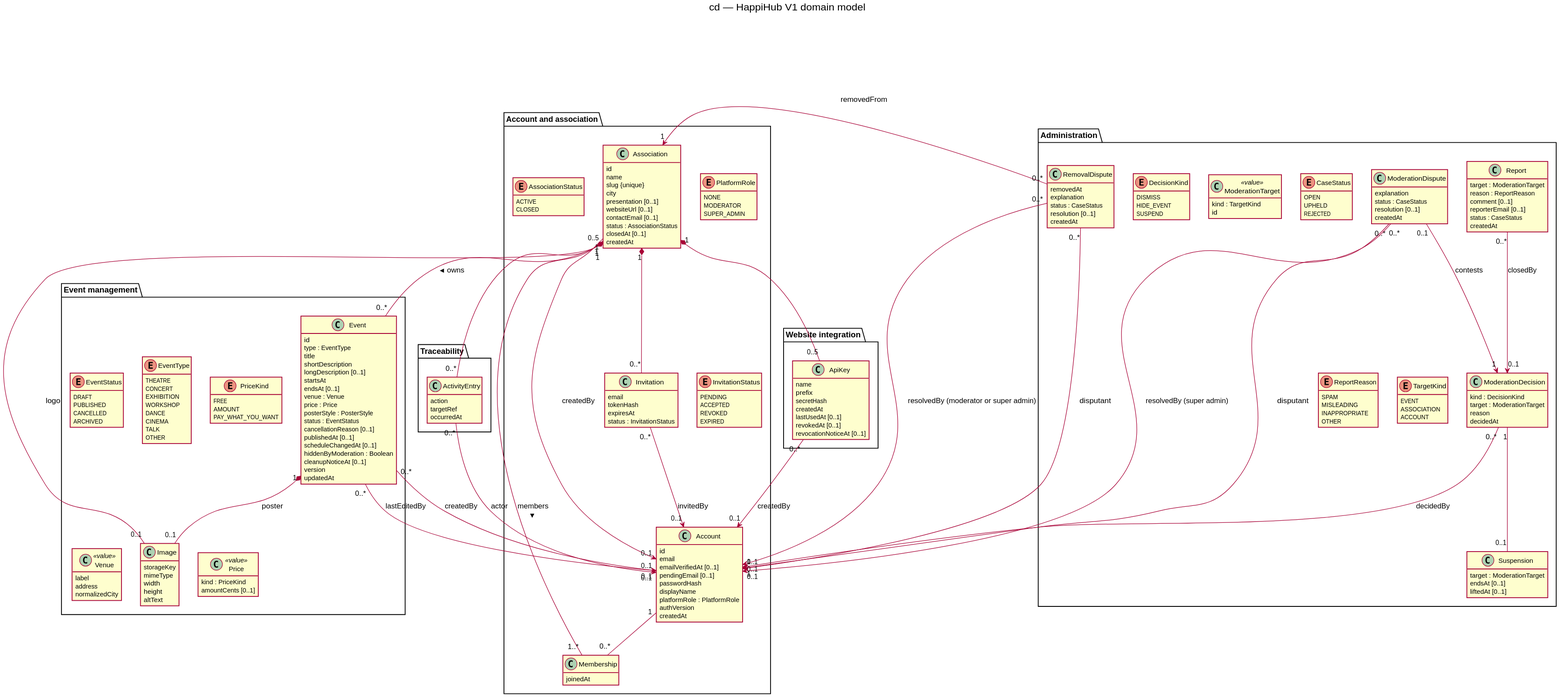
This is docs/architecture/diagrams/v1-events/04-class.svg from benoit-bremaud/HappiHub, a PlantUML export, as it was before one commit.
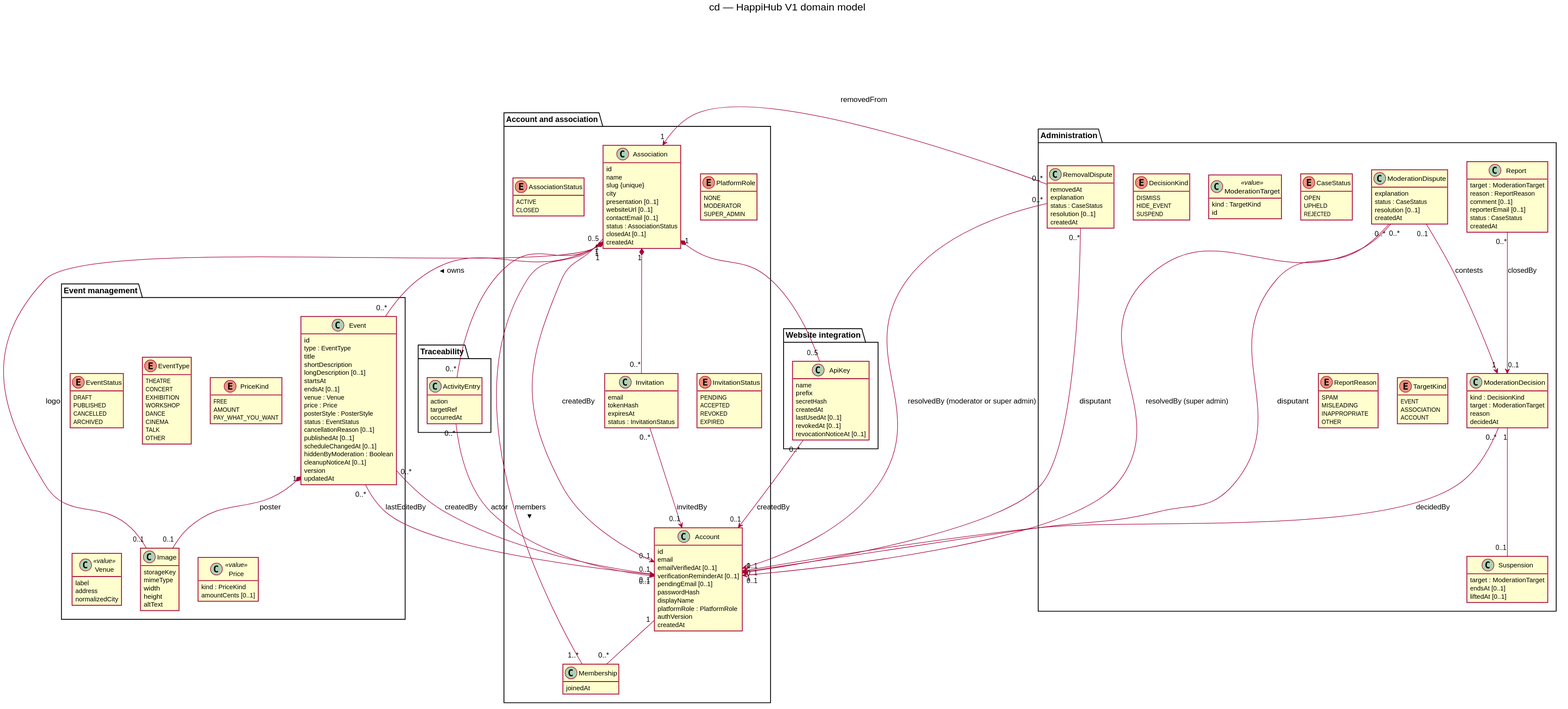
The same file after the commit.

Commit message:
docs(uml): add V1 personal data-flow diagram with GDPR retention

Change to the diagram source:
```diff
@@ -9,6 +9,7 @@
     id
     email
     emailVerifiedAt [0..1]
+    verificationReminderAt [0..1]
     pendingEmail [0..1]
     passwordHash
     displayName
```
